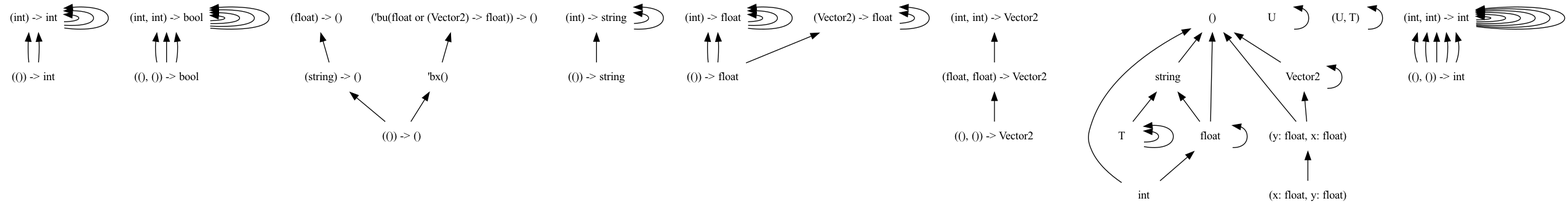
The Graphviz diagram dots/png/7.dot.png in chocobo333/regino, before a commit. Its source is kept beside it as dots/7.dot.
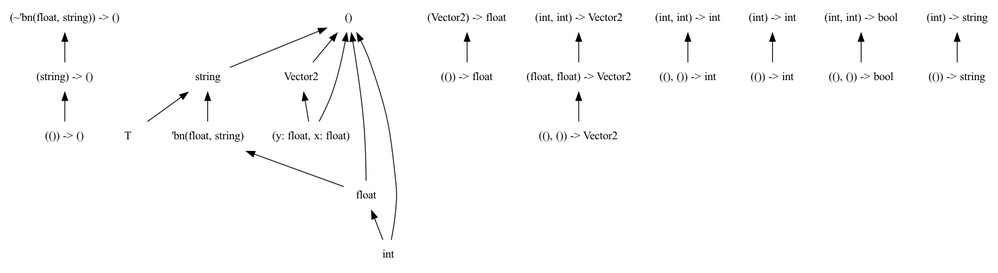
Later version of the same file.

Change to the diagram source:
```diff
@@ -8,90 +8,47 @@
   edge [
     dir = back
     ];
-  "(()) -> int"
-  "(int) -> int"
-  "((), ()) -> bool"
-  "(int, int) -> bool"
+  "(string) -> ()"
   "(()) -> ()"
-  "(string) -> ()"
-  "(()) -> string"
-  "(int) -> string"
-  "(()) -> float"
-  "(int) -> float"
-  "(Vector2) -> float"
-  "((), ()) -> Vector2"
-  "(float, float) -> Vector2"
-  "(float) -> ()"
-  "('bu(float or (Vector2) -> float)) -> ()"
   "string"
   "Vector2"
+  "(()) -> float"
+  "T"
+  "((), ()) -> Vector2"
   "(int, int) -> Vector2"
+  "((), ()) -> int"
+  "(int) -> int"
+  "(int, int) -> int"
+  "()"
+  "(int, int) -> bool"
+  "(float, float) -> Vector2"
+  "(~'bn(float, string)) -> ()"
+  "(()) -> string"
+  "(Vector2) -> float"
   "(y: float, x: float)"
-  "T"
-  "U"
-  "T"
-  "T"
-  "()"
-  "(U, T)"
-  "'bx()"
+  "(int) -> string"
   "float"
+  "'bn(float, string)"
+  "(()) -> int"
   "int"
-  "((), ()) -> int"
-  "(int, int) -> int"
-  "(float, float) -> Vector2" -> "((), ()) -> Vector2"
-  "(int, int) -> Vector2" -> "(float, float) -> Vector2"
-  "(int, int) -> int" -> "((), ()) -> int"
-  "(int, int) -> int" -> "((), ()) -> int"
-  "(int, int) -> int" -> "((), ()) -> int"
-  "(int, int) -> int" -> "(int, int) -> int"
-  "(int, int) -> int" -> "((), ()) -> int"
-  "(int, int) -> int" -> "((), ()) -> int"
-  "(int, int) -> int" -> "(int, int) -> int"
-  "(int) -> int" -> "(int) -> int"
-  "(int) -> int" -> "(()) -> int"
-  "(int) -> int" -> "(()) -> int"
-  "(int) -> int" -> "(int) -> int"
-  "(int, int) -> int" -> "(int, int) -> int"
-  "(int) -> int" -> "(int) -> int"
-  "(int, int) -> int" -> "(int, int) -> int"
-  "(int, int) -> bool" -> "((), ()) -> bool"
-  "(int, int) -> bool" -> "(int, int) -> bool"
-  "(int, int) -> bool" -> "((), ()) -> bool"
-  "(int, int) -> bool" -> "((), ()) -> bool"
-  "(int, int) -> bool" -> "(int, int) -> bool"
-  "(int, int) -> bool" -> "(int, int) -> bool"
-  "(int) -> string" -> "(()) -> string"
-  "(int) -> string" -> "(int) -> string"
-  "(int) -> string" -> "(int) -> string"
+  "((), ()) -> bool"
   "(string) -> ()" -> "(()) -> ()"
   "string" -> "T"
-  "string" -> "float"
-  "Vector2" -> "Vector2"
+  "string" -> "'bn(float, string)"
   "Vector2" -> "(y: float, x: float)"
-  "(float) -> ()" -> "(string) -> ()"
-  "(int, int) -> bool" -> "(int, int) -> bool"
-  "(int, int) -> int" -> "(int, int) -> int"
-  "(int, int) -> int" -> "(int, int) -> int"
-  "(int) -> float" -> "(()) -> float"
-  "(int) -> float" -> "(()) -> float"
-  "(int) -> float" -> "(int) -> float"
-  "(int) -> float" -> "(int) -> float"
-  "(int) -> float" -> "(int) -> float"
-  "('bu(float or (Vector2) -> float)) -> ()" -> "'bx()"
-  "(y: float, x: float)" -> "(x: float, y: float)"
-  "T" -> "T"
-  "U" -> "U"
-  "T" -> "T"
+  "(int, int) -> Vector2" -> "(float, float) -> Vector2"
+  "(int) -> int" -> "(()) -> int"
+  "(int, int) -> int" -> "((), ()) -> int"
   "()" -> "string"
   "()" -> "Vector2"
   "()" -> "(y: float, x: float)"
   "()" -> "float"
   "()" -> "int"
-  "(U, T)" -> "(U, T)"
-  "'bx()" -> "(()) -> ()"
-  "float" -> "float"
+  "(int, int) -> bool" -> "((), ()) -> bool"
+  "(float, float) -> Vector2" -> "((), ()) -> Vector2"
+  "(~'bn(float, string)) -> ()" -> "(string) -> ()"
+  "(Vector2) -> float" -> "(()) -> float"
+  "(int) -> string" -> "(()) -> string"
   "float" -> "int"
-  "(Vector2) -> float" -> "(()) -> float"
-  "(Vector2) -> float" -> "(Vector2) -> float"
-  "(Vector2) -> float" -> "(Vector2) -> float"
+  "'bn(float, string)" -> "float"
 }
```
